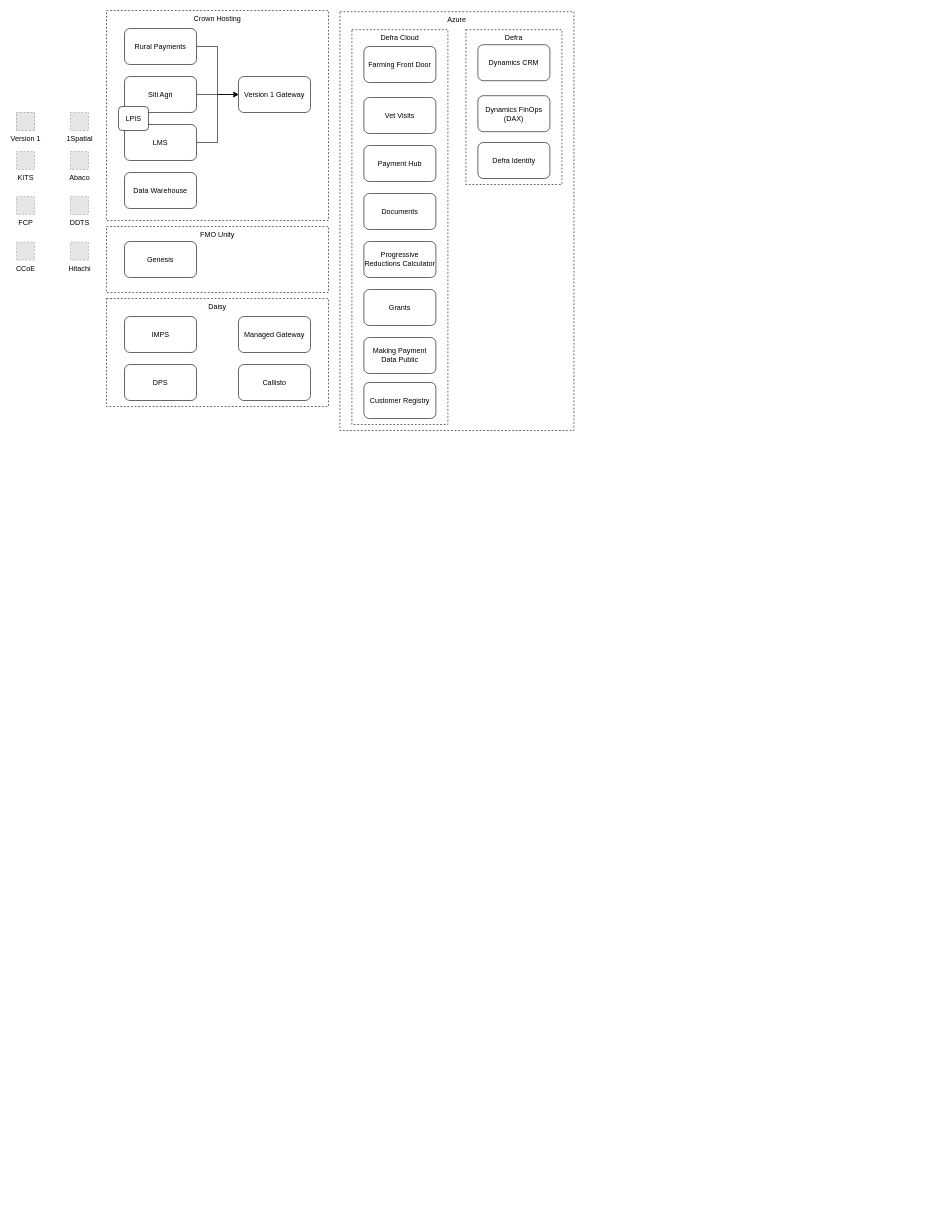
Before: FFD/tech-landscape.drawio in DEFRA/ffc-diagrams, a draw.io diagram. Source tidied: cells renumbered, new cells numbered last; positions are measured from the earlier drawing's top-left corner, leaving out a move shared by most shapes. Both pictures are drawn from the tidied source at 60%, with x=0, y=0 at pixel (16, 10). Pictures stored in the file or linked from it are replaced by grey dashed boxes.
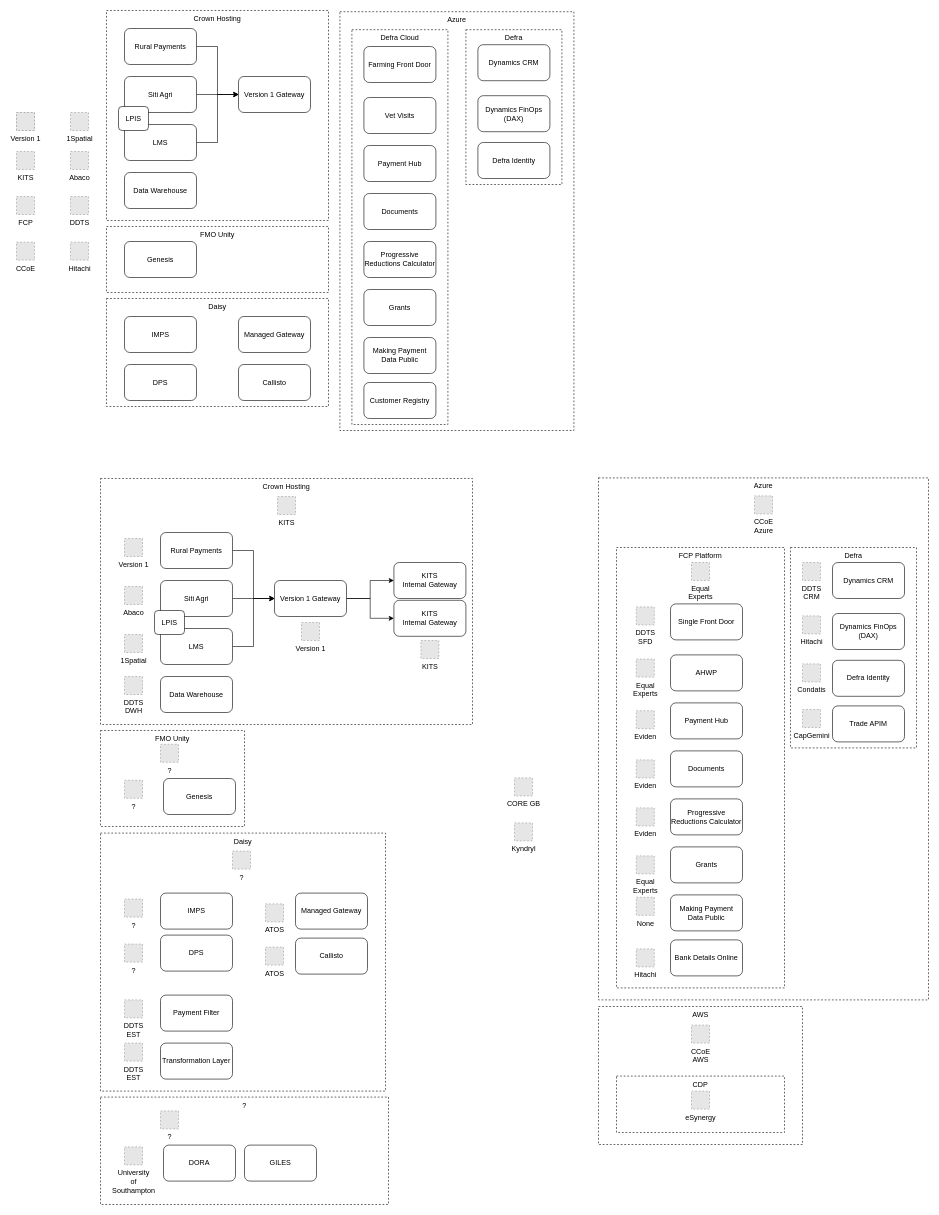
The same diagram, later.

Change to the diagram source:
```diff
@@
+    <mxCell id="42" value="Azure" style="rounded=0;whiteSpace=wrap;html=1;dashed=1;verticalAlign=top;" parent="1" vertex="1">
+      <mxGeometry x="970" y="779" width="550" height="870" as="geometry" />
+    </mxCell>
+    <mxCell id="43" value="Defra" style="rounded=0;whiteSpace=wrap;html=1;dashed=1;verticalAlign=top;" parent="1" vertex="1">
+      <mxGeometry x="1290" y="895" width="210" height="334" as="geometry" />
+    </mxCell>
+    <mxCell id="44" value="FCP Platform" style="rounded=0;whiteSpace=wrap;html=1;dashed=1;verticalAlign=top;" parent="1" vertex="1">
+      <mxGeometry x="1000" y="895" width="280" height="734" as="geometry" />
+    </mxCell>
+    <mxCell id="45" value="Daisy" style="rounded=0;whiteSpace=wrap;html=1;dashed=1;verticalAlign=top;" parent="1" vertex="1">
+      <mxGeometry x="140" y="1371" width="475" height="430" as="geometry" />
+    </mxCell>
+    <mxCell id="46" value="Crown Hosting" style="rounded=0;whiteSpace=wrap;html=1;dashed=1;verticalAlign=top;" parent="1" vertex="1">
+      <mxGeometry x="140" y="780" width="620" height="410" as="geometry" />
+    </mxCell>
+    <mxCell id="47" style="edgeStyle=orthogonalEdgeStyle;rounded=0;jettySize=auto;html=1;entryX=0;entryY=0.5;entryDx=0;entryDy=0;" parent="1" edge="1" source="48" target="57">
+      <mxGeometry relative="1" as="geometry" />
+    </mxCell>
+    <mxCell id="48" value="Rural Payments" style="rounded=1;whiteSpace=wrap;html=1;verticalAlign=middle;" parent="1" vertex="1">
+      <mxGeometry x="240" y="870" width="120" height="60" as="geometry" />
+    </mxCell>
+    <mxCell id="49" style="edgeStyle=orthogonalEdgeStyle;rounded=0;jettySize=auto;html=1;entryX=0;entryY=0.5;entryDx=0;entryDy=0;" parent="1" edge="1" source="50" target="57">
+      <mxGeometry relative="1" as="geometry" />
+    </mxCell>
+    <mxCell id="50" value="Siti Agri" style="rounded=1;whiteSpace=wrap;html=1;verticalAlign=middle;" parent="1" vertex="1">
+      <mxGeometry x="240" y="950" width="120" height="60" as="geometry" />
+    </mxCell>
+    <mxCell id="51" style="edgeStyle=orthogonalEdgeStyle;rounded=0;jettySize=auto;html=1;entryX=0;entryY=0.5;entryDx=0;entryDy=0;" parent="1" edge="1" source="52" target="57">
+      <mxGeometry relative="1" as="geometry" />
+    </mxCell>
+    <mxCell id="52" value="LMS" style="rounded=1;whiteSpace=wrap;html=1;verticalAlign=middle;" parent="1" vertex="1">
+      <mxGeometry x="240" y="1030" width="120" height="60" as="geometry" />
+    </mxCell>
+    <mxCell id="53" value="LPIS" style="rounded=1;whiteSpace=wrap;html=1;verticalAlign=middle;" parent="1" vertex="1">
+      <mxGeometry x="230" y="1000" width="50" height="40" as="geometry" />
+    </mxCell>
+    <mxCell id="54" value="Data Warehouse" style="rounded=1;whiteSpace=wrap;html=1;verticalAlign=middle;" parent="1" vertex="1">
+      <mxGeometry x="240" y="1110" width="120" height="60" as="geometry" />
+    </mxCell>
+    <mxCell id="55" style="edgeStyle=orthogonalEdgeStyle;rounded=0;jettySize=auto;html=1;" parent="1" edge="1" source="57" target="81">
+      <mxGeometry relative="1" as="geometry" />
+    </mxCell>
+    <mxCell id="56" style="edgeStyle=orthogonalEdgeStyle;rounded=0;jettySize=auto;html=1;" parent="1" edge="1" source="57" target="82">
+      <mxGeometry relative="1" as="geometry" />
+    </mxCell>
+    <mxCell id="57" value="Version 1 Gateway" style="rounded=1;whiteSpace=wrap;html=1;" parent="1" vertex="1">
+      <mxGeometry x="430" y="950" width="120" height="60" as="geometry" />
+    </mxCell>
+    <mxCell id="58" value="Managed Gateway" style="rounded=1;whiteSpace=wrap;html=1;" parent="1" vertex="1">
+      <mxGeometry x="465" y="1471" width="120" height="60" as="geometry" />
+    </mxCell>
+    <mxCell id="59" value="IMPS" style="rounded=1;whiteSpace=wrap;html=1;verticalAlign=middle;" parent="1" vertex="1">
+      <mxGeometry x="240" y="1471" width="120" height="60" as="geometry" />
+    </mxCell>
+    <mxCell id="60" value="DPS" style="rounded=1;whiteSpace=wrap;html=1;verticalAlign=middle;" parent="1" vertex="1">
+      <mxGeometry x="240" y="1541" width="120" height="60" as="geometry" />
+    </mxCell>
+    <mxCell id="61" value="FMO Unity" style="rounded=0;whiteSpace=wrap;html=1;dashed=1;verticalAlign=top;" parent="1" vertex="1">
+      <mxGeometry x="140" y="1200" width="240" height="160" as="geometry" />
+    </mxCell>
+    <mxCell id="62" value="Genesis" style="rounded=1;whiteSpace=wrap;html=1;verticalAlign=middle;" parent="1" vertex="1">
+      <mxGeometry x="245" y="1280" width="120" height="60" as="geometry" />
+    </mxCell>
+    <mxCell id="63" value="Callisto" style="rounded=1;whiteSpace=wrap;html=1;" parent="1" vertex="1">
+      <mxGeometry x="465" y="1546" width="120" height="60" as="geometry" />
+    </mxCell>
+    <mxCell id="64" value="Single Front Door" style="rounded=1;whiteSpace=wrap;html=1;verticalAlign=middle;" parent="1" vertex="1">
+      <mxGeometry x="1090" y="989" width="120" height="60" as="geometry" />
+    </mxCell>
+    <mxCell id="65" value="AHWP" style="rounded=1;whiteSpace=wrap;html=1;verticalAlign=middle;" parent="1" vertex="1">
+      <mxGeometry x="1090" y="1074" width="120" height="60" as="geometry" />
+    </mxCell>
+    <mxCell id="66" value="Payment Hub" style="rounded=1;whiteSpace=wrap;html=1;verticalAlign=middle;" parent="1" vertex="1">
+      <mxGeometry x="1090" y="1154" width="120" height="60" as="geometry" />
+    </mxCell>
+    <mxCell id="67" value="Documents" style="rounded=1;whiteSpace=wrap;html=1;verticalAlign=middle;" parent="1" vertex="1">
+      <mxGeometry x="1090" y="1234" width="120" height="60" as="geometry" />
+    </mxCell>
+    <mxCell id="68" value="Progressive Reductions Calculator" style="rounded=1;whiteSpace=wrap;html=1;verticalAlign=middle;" parent="1" vertex="1">
+      <mxGeometry x="1090" y="1314" width="120" height="60" as="geometry" />
+    </mxCell>
+    <mxCell id="69" value="Grants" style="rounded=1;whiteSpace=wrap;html=1;verticalAlign=middle;" parent="1" vertex="1">
+      <mxGeometry x="1090" y="1394" width="120" height="60" as="geometry" />
+    </mxCell>
+    <mxCell id="70" value="Making Payment Data Public" style="rounded=1;whiteSpace=wrap;html=1;verticalAlign=middle;" parent="1" vertex="1">
+      <mxGeometry x="1090" y="1474" width="120" height="60" as="geometry" />
+    </mxCell>
+    <mxCell id="71" value="Dynamics CRM" style="rounded=1;whiteSpace=wrap;html=1;verticalAlign=middle;" parent="1" vertex="1">
+      <mxGeometry x="1360" y="920" width="120" height="60" as="geometry" />
+    </mxCell>
+    <mxCell id="72" value="Dynamics FinOps (DAX)" style="rounded=1;whiteSpace=wrap;html=1;verticalAlign=middle;" parent="1" vertex="1">
+      <mxGeometry x="1360" y="1005" width="120" height="60" as="geometry" />
+    </mxCell>
+    <mxCell id="73" value="KITS" style="fillColor=#E6E6E6;strokeColor=#999999;dashed=1;html=1;verticalAlign=top;verticalLabelPosition=bottom;labelBackgroundColor=#ffffff;" parent="1" vertex="1">
+      <mxGeometry x="435" y="810" width="30" height="30" as="geometry" />
+    </mxCell>
+    <mxCell id="74" value="1Spatial" style="fillColor=#E6E6E6;strokeColor=#999999;dashed=1;html=1;verticalAlign=top;verticalLabelPosition=bottom;labelBackgroundColor=#ffffff;" parent="1" vertex="1">
+      <mxGeometry x="180" y="1040" width="30" height="30" as="geometry" />
+    </mxCell>
+    <mxCell id="75" value="Bank Details Online" style="rounded=1;whiteSpace=wrap;html=1;verticalAlign=middle;" parent="1" vertex="1">
+      <mxGeometry x="1090" y="1549" width="120" height="60" as="geometry" />
+    </mxCell>
+    <mxCell id="76" value="Defra Identity" style="rounded=1;whiteSpace=wrap;html=1;verticalAlign=middle;" parent="1" vertex="1">
+      <mxGeometry x="1360" y="1083" width="120" height="60" as="geometry" />
+    </mxCell>
+    <mxCell id="77" value="Version 1" style="fillColor=#E6E6E6;strokeColor=#999999;dashed=1;html=1;verticalAlign=top;verticalLabelPosition=bottom;labelBackgroundColor=#ffffff;" parent="1" vertex="1">
+      <mxGeometry x="180" y="880" width="30" height="30" as="geometry" />
+    </mxCell>
+    <mxCell id="78" value="Version 1" style="fillColor=#E6E6E6;strokeColor=#999999;dashed=1;html=1;verticalAlign=top;verticalLabelPosition=bottom;labelBackgroundColor=#ffffff;" parent="1" vertex="1">
+      <mxGeometry x="475" y="1020" width="30" height="30" as="geometry" />
+    </mxCell>
+    <mxCell id="79" value="Abaco" style="fillColor=#E6E6E6;strokeColor=#999999;dashed=1;html=1;verticalAlign=top;verticalLabelPosition=bottom;labelBackgroundColor=#ffffff;" parent="1" vertex="1">
+      <mxGeometry x="180" y="960" width="30" height="30" as="geometry" />
+    </mxCell>
+    <mxCell id="80" value="DDTS&lt;div&gt;DWH&lt;/div&gt;" style="fillColor=#E6E6E6;strokeColor=#999999;dashed=1;html=1;verticalAlign=top;verticalLabelPosition=bottom;labelBackgroundColor=#ffffff;" parent="1" vertex="1">
+      <mxGeometry x="180" y="1110" width="30" height="30" as="geometry" />
+    </mxCell>
+    <mxCell id="81" value="KITS&lt;div&gt;Internal Gateway&lt;/div&gt;" style="rounded=1;whiteSpace=wrap;html=1;" parent="1" vertex="1">
+      <mxGeometry x="629" y="920" width="120" height="60" as="geometry" />
+    </mxCell>
+    <mxCell id="82" value="KITS&lt;div&gt;Internal Gateway&lt;/div&gt;" style="rounded=1;whiteSpace=wrap;html=1;" parent="1" vertex="1">
+      <mxGeometry x="629" y="983" width="120" height="60" as="geometry" />
+    </mxCell>
+    <mxCell id="83" value="KITS" style="fillColor=#E6E6E6;strokeColor=#999999;dashed=1;html=1;verticalAlign=top;verticalLabelPosition=bottom;labelBackgroundColor=#ffffff;" parent="1" vertex="1">
+      <mxGeometry x="674" y="1050" width="30" height="30" as="geometry" />
+    </mxCell>
+    <mxCell id="84" value="?" style="fillColor=#E6E6E6;strokeColor=#999999;dashed=1;html=1;verticalAlign=top;verticalLabelPosition=bottom;labelBackgroundColor=#ffffff;" parent="1" vertex="1">
+      <mxGeometry x="180" y="1283" width="30" height="30" as="geometry" />
+    </mxCell>
+    <mxCell id="85" value="?" style="fillColor=#E6E6E6;strokeColor=#999999;dashed=1;html=1;verticalAlign=top;verticalLabelPosition=bottom;labelBackgroundColor=#ffffff;" parent="1" vertex="1">
+      <mxGeometry x="240" y="1223" width="30" height="30" as="geometry" />
+    </mxCell>
+    <mxCell id="86" value="?" style="fillColor=#E6E6E6;strokeColor=#999999;dashed=1;html=1;verticalAlign=top;verticalLabelPosition=bottom;labelBackgroundColor=#ffffff;" parent="1" vertex="1">
+      <mxGeometry x="180" y="1481" width="30" height="30" as="geometry" />
+    </mxCell>
+    <mxCell id="87" value="?" style="fillColor=#E6E6E6;strokeColor=#999999;dashed=1;html=1;verticalAlign=top;verticalLabelPosition=bottom;labelBackgroundColor=#ffffff;" parent="1" vertex="1">
+      <mxGeometry x="180" y="1556" width="30" height="30" as="geometry" />
+    </mxCell>
+    <mxCell id="88" value="?" style="fillColor=#E6E6E6;strokeColor=#999999;dashed=1;html=1;verticalAlign=top;verticalLabelPosition=bottom;labelBackgroundColor=#ffffff;" parent="1" vertex="1">
+      <mxGeometry x="360" y="1401" width="30" height="30" as="geometry" />
+    </mxCell>
+    <mxCell id="89" value="ATOS" style="fillColor=#E6E6E6;strokeColor=#999999;dashed=1;html=1;verticalAlign=top;verticalLabelPosition=bottom;labelBackgroundColor=#ffffff;" parent="1" vertex="1">
+      <mxGeometry x="415" y="1489" width="30" height="30" as="geometry" />
+    </mxCell>
+    <mxCell id="90" value="ATOS" style="fillColor=#E6E6E6;strokeColor=#999999;dashed=1;html=1;verticalAlign=top;verticalLabelPosition=bottom;labelBackgroundColor=#ffffff;" parent="1" vertex="1">
+      <mxGeometry x="415" y="1561" width="30" height="30" as="geometry" />
+    </mxCell>
+    <mxCell id="91" value="Payment Filter" style="rounded=1;whiteSpace=wrap;html=1;" parent="1" vertex="1">
+      <mxGeometry x="240" y="1641" width="120" height="60" as="geometry" />
+    </mxCell>
+    <mxCell id="92" value="Transformation Layer" style="rounded=1;whiteSpace=wrap;html=1;" parent="1" vertex="1">
+      <mxGeometry x="240" y="1721" width="120" height="60" as="geometry" />
+    </mxCell>
+    <mxCell id="93" value="DDTS&lt;div&gt;EST&lt;/div&gt;" style="fillColor=#E6E6E6;strokeColor=#999999;dashed=1;html=1;verticalAlign=top;verticalLabelPosition=bottom;labelBackgroundColor=#ffffff;" parent="1" vertex="1">
+      <mxGeometry x="180" y="1649" width="30" height="30" as="geometry" />
+    </mxCell>
+    <mxCell id="94" value="DDTS&lt;div&gt;EST&lt;/div&gt;" style="fillColor=#E6E6E6;strokeColor=#999999;dashed=1;html=1;verticalAlign=top;verticalLabelPosition=bottom;labelBackgroundColor=#ffffff;" parent="1" vertex="1">
+      <mxGeometry x="180" y="1721" width="30" height="30" as="geometry" />
+    </mxCell>
+    <mxCell id="95" value="CORE GB" style="fillColor=#E6E6E6;strokeColor=#999999;dashed=1;html=1;verticalAlign=top;verticalLabelPosition=bottom;labelBackgroundColor=#ffffff;" parent="1" vertex="1">
+      <mxGeometry x="830" y="1279" width="30" height="30" as="geometry" />
+    </mxCell>
+    <mxCell id="96" value="Kyndryl" style="fillColor=#E6E6E6;strokeColor=#999999;dashed=1;html=1;verticalAlign=top;verticalLabelPosition=bottom;labelBackgroundColor=#ffffff;" parent="1" vertex="1">
+      <mxGeometry x="830" y="1354" width="30" height="30" as="geometry" />
+    </mxCell>
+    <mxCell id="97" value="?" style="rounded=0;whiteSpace=wrap;html=1;dashed=1;verticalAlign=top;" parent="1" vertex="1">
+      <mxGeometry x="140" y="1811" width="480" height="179" as="geometry" />
+    </mxCell>
+    <mxCell id="98" value="DORA" style="rounded=1;whiteSpace=wrap;html=1;verticalAlign=middle;" parent="1" vertex="1">
+      <mxGeometry x="245" y="1891" width="120" height="60" as="geometry" />
+    </mxCell>
+    <mxCell id="99" value="University&lt;div&gt;of&lt;/div&gt;&lt;div&gt;Southampton&lt;/div&gt;" style="fillColor=#E6E6E6;strokeColor=#999999;dashed=1;html=1;verticalAlign=top;verticalLabelPosition=bottom;labelBackgroundColor=#ffffff;" parent="1" vertex="1">
+      <mxGeometry x="180" y="1894" width="30" height="30" as="geometry" />
+    </mxCell>
+    <mxCell id="100" value="?" style="fillColor=#E6E6E6;strokeColor=#999999;dashed=1;html=1;verticalAlign=top;verticalLabelPosition=bottom;labelBackgroundColor=#ffffff;" parent="1" vertex="1">
+      <mxGeometry x="240" y="1834" width="30" height="30" as="geometry" />
+    </mxCell>
+    <mxCell id="101" value="GILES" style="rounded=1;whiteSpace=wrap;html=1;verticalAlign=middle;" parent="1" vertex="1">
+      <mxGeometry x="380" y="1891" width="120" height="60" as="geometry" />
+    </mxCell>
+    <mxCell id="102" value="CCoE&lt;div&gt;Azure&lt;/div&gt;" style="fillColor=#E6E6E6;strokeColor=#999999;dashed=1;html=1;verticalAlign=top;verticalLabelPosition=bottom;labelBackgroundColor=#ffffff;" parent="1" vertex="1">
+      <mxGeometry x="1230" y="809" width="30" height="30" as="geometry" />
+    </mxCell>
+    <mxCell id="103" value="DDTS&lt;div&gt;SFD&lt;/div&gt;" style="fillColor=#E6E6E6;strokeColor=#999999;dashed=1;html=1;verticalAlign=top;verticalLabelPosition=bottom;labelBackgroundColor=#ffffff;" parent="1" vertex="1">
+      <mxGeometry x="1033" y="994" width="30" height="30" as="geometry" />
+    </mxCell>
+    <mxCell id="104" value="Equal&lt;div&gt;Experts&lt;/div&gt;" style="fillColor=#E6E6E6;strokeColor=#999999;dashed=1;html=1;verticalAlign=top;verticalLabelPosition=bottom;labelBackgroundColor=#ffffff;" parent="1" vertex="1">
+      <mxGeometry x="1033" y="1081" width="30" height="30" as="geometry" />
+    </mxCell>
+    <mxCell id="105" value="Eviden" style="fillColor=#E6E6E6;strokeColor=#999999;dashed=1;html=1;verticalAlign=top;verticalLabelPosition=bottom;labelBackgroundColor=#ffffff;" parent="1" vertex="1">
+      <mxGeometry x="1033" y="1167" width="30" height="30" as="geometry" />
+    </mxCell>
+    <mxCell id="106" value="Eviden" style="fillColor=#E6E6E6;strokeColor=#999999;dashed=1;html=1;verticalAlign=top;verticalLabelPosition=bottom;labelBackgroundColor=#ffffff;" parent="1" vertex="1">
+      <mxGeometry x="1033" y="1249" width="30" height="30" as="geometry" />
+    </mxCell>
+    <mxCell id="107" value="Eviden" style="fillColor=#E6E6E6;strokeColor=#999999;dashed=1;html=1;verticalAlign=top;verticalLabelPosition=bottom;labelBackgroundColor=#ffffff;" parent="1" vertex="1">
+      <mxGeometry x="1033" y="1329" width="30" height="30" as="geometry" />
+    </mxCell>
+    <mxCell id="108" value="Equal&lt;div&gt;Experts&lt;/div&gt;" style="fillColor=#E6E6E6;strokeColor=#999999;dashed=1;html=1;verticalAlign=top;verticalLabelPosition=bottom;labelBackgroundColor=#ffffff;" parent="1" vertex="1">
+      <mxGeometry x="1033" y="1409" width="30" height="30" as="geometry" />
+    </mxCell>
+    <mxCell id="109" value="None" style="fillColor=#E6E6E6;strokeColor=#999999;dashed=1;html=1;verticalAlign=top;verticalLabelPosition=bottom;labelBackgroundColor=#ffffff;" parent="1" vertex="1">
+      <mxGeometry x="1033" y="1478" width="30" height="30" as="geometry" />
+    </mxCell>
+    <mxCell id="110" value="Hitachi" style="fillColor=#E6E6E6;strokeColor=#999999;dashed=1;html=1;verticalAlign=top;verticalLabelPosition=bottom;labelBackgroundColor=#ffffff;" parent="1" vertex="1">
+      <mxGeometry x="1033" y="1564" width="30" height="30" as="geometry" />
+    </mxCell>
+    <mxCell id="111" value="Equal&lt;div&gt;Experts&lt;/div&gt;" style="fillColor=#E6E6E6;strokeColor=#999999;dashed=1;html=1;verticalAlign=top;verticalLabelPosition=bottom;labelBackgroundColor=#ffffff;" parent="1" vertex="1">
+      <mxGeometry x="1125" y="920" width="30" height="30" as="geometry" />
+    </mxCell>
+    <mxCell id="112" value="DDTS&lt;div&gt;CRM&lt;/div&gt;" style="fillColor=#E6E6E6;strokeColor=#999999;dashed=1;html=1;verticalAlign=top;verticalLabelPosition=bottom;labelBackgroundColor=#ffffff;" parent="1" vertex="1">
+      <mxGeometry x="1310" y="920" width="30" height="30" as="geometry" />
+    </mxCell>
+    <mxCell id="113" value="Hitachi" style="fillColor=#E6E6E6;strokeColor=#999999;dashed=1;html=1;verticalAlign=top;verticalLabelPosition=bottom;labelBackgroundColor=#ffffff;" parent="1" vertex="1">
+      <mxGeometry x="1310" y="1009" width="30" height="30" as="geometry" />
+    </mxCell>
+    <mxCell id="114" value="Condatis" style="fillColor=#E6E6E6;strokeColor=#999999;dashed=1;html=1;verticalAlign=top;verticalLabelPosition=bottom;labelBackgroundColor=#ffffff;" parent="1" vertex="1">
+      <mxGeometry x="1310" y="1089" width="30" height="30" as="geometry" />
+    </mxCell>
+    <mxCell id="115" value="Trade APIM" style="rounded=1;whiteSpace=wrap;html=1;verticalAlign=middle;" parent="1" vertex="1">
+      <mxGeometry x="1360" y="1159" width="120" height="60" as="geometry" />
+    </mxCell>
+    <mxCell id="116" value="CapGemini" style="fillColor=#E6E6E6;strokeColor=#999999;dashed=1;html=1;verticalAlign=top;verticalLabelPosition=bottom;labelBackgroundColor=#ffffff;" parent="1" vertex="1">
+      <mxGeometry x="1310" y="1165" width="30" height="30" as="geometry" />
+    </mxCell>
+    <mxCell id="117" value="AWS" style="rounded=0;whiteSpace=wrap;html=1;dashed=1;verticalAlign=top;" parent="1" vertex="1">
+      <mxGeometry x="970" y="1660" width="340" height="230" as="geometry" />
+    </mxCell>
+    <mxCell id="118" value="CDP" style="rounded=0;whiteSpace=wrap;html=1;dashed=1;verticalAlign=top;" parent="1" vertex="1">
+      <mxGeometry x="1000" y="1776" width="280" height="94" as="geometry" />
+    </mxCell>
+    <mxCell id="119" value="CCoE&lt;div&gt;AWS&lt;/div&gt;" style="fillColor=#E6E6E6;strokeColor=#999999;dashed=1;html=1;verticalAlign=top;verticalLabelPosition=bottom;labelBackgroundColor=#ffffff;" parent="1" vertex="1">
+      <mxGeometry x="1125" y="1691" width="30" height="30" as="geometry" />
+    </mxCell>
+    <mxCell id="120" value="eSynergy" style="fillColor=#E6E6E6;strokeColor=#999999;dashed=1;html=1;verticalAlign=top;verticalLabelPosition=bottom;labelBackgroundColor=#ffffff;" parent="1" vertex="1">
+      <mxGeometry x="1125" y="1801" width="30" height="30" as="geometry" />
+    </mxCell>
```
